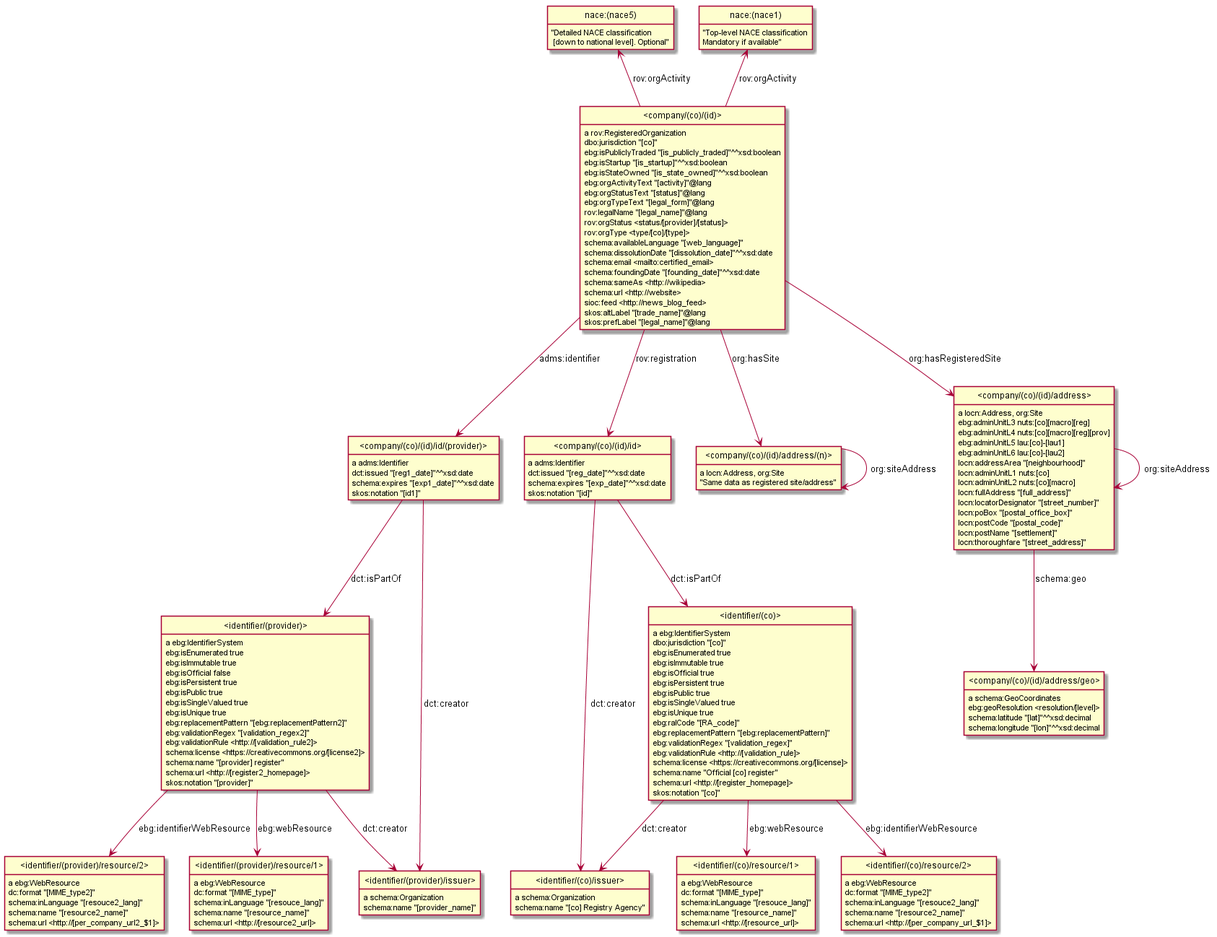
The PlantUML diagram model/images/company.png in euBusinessGraph/eubg-data, before a commit.
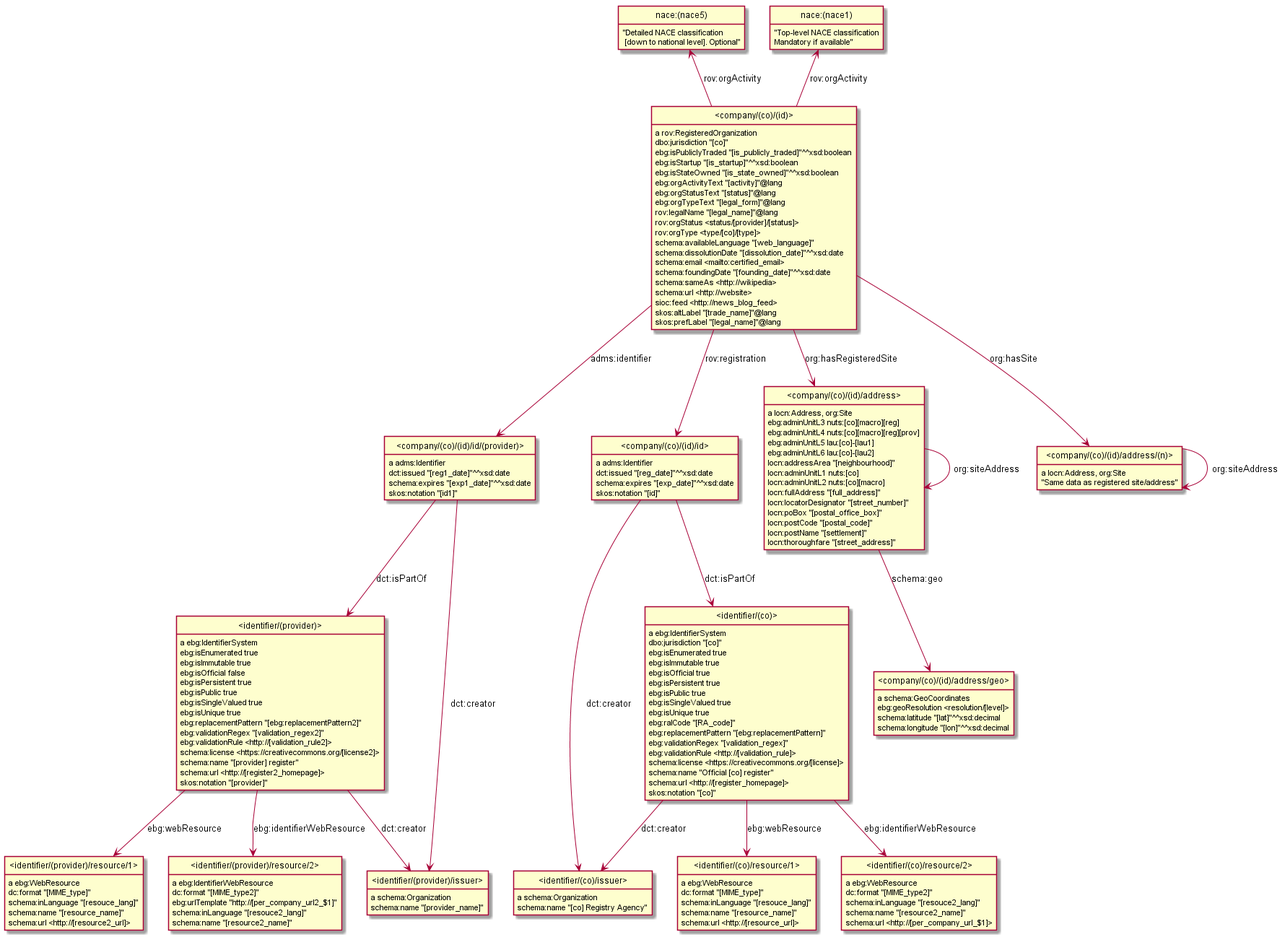
The same diagram one commit later.

Commit message:
ebg:IdentifierSystem and IdentifierWebResource; remove ebg:Register

What changed in the source:
```diff
@@ -3,16 +3,70 @@
 hide empty attributes
 hide circle
 skinparam classAttributeIconSize 0
+class _identifier_provider_ as "<identifier/(provider)>"
+_identifier_provider_ : a ebg:IdentifierSystem
+class _identifier_provider_resource_1_ as "<identifier/(provider)/resource/1>"
+_identifier_provider_ -down-> _identifier_provider_resource_1_ : ebg:webResource
+class _identifier_provider_resource_2_ as "<identifier/(provider)/resource/2>"
+_identifier_provider_ -down-> _identifier_provider_resource_2_ : ebg:identifierWebResource
 class _identifier_provider_issuer_ as "<identifier/(provider)/issuer>"
+_identifier_provider_ -down-> _identifier_provider_issuer_ : dct:creator
+_identifier_provider_ : ebg:isEnumerated true
+_identifier_provider_ : ebg:isImmutable true
+_identifier_provider_ : ebg:isOfficial false
+_identifier_provider_ : ebg:isPersistent true
+_identifier_provider_ : ebg:isPublic true
+_identifier_provider_ : ebg:isSingleValued true
+_identifier_provider_ : ebg:isUnique true
+_identifier_provider_ : ebg:replacementPattern "[ebg:replacementPattern2]"
+_identifier_provider_ : ebg:validationRegex "[validation_regex2]"
+_identifier_provider_ : ebg:validationRule <http://[validation_rule2]>
+_identifier_provider_ : schema:license <https://creativecommons.org/[license2]>
+_identifier_provider_ : schema:name "[provider] register"
+_identifier_provider_ : schema:url <http://[register2_homepage]>
+_identifier_provider_ : skos:notation "[provider]"
+_identifier_provider_resource_2_ : a ebg:IdentifierWebResource
+_identifier_provider_resource_2_ : dc:format "[MIME_type2]"
+_identifier_provider_resource_2_ : ebg:urlTemplate "http://[per_company_url2_$1]"
+_identifier_provider_resource_2_ : schema:inLanguage "[resouce2_lang]"
+_identifier_provider_resource_2_ : schema:name "[resource2_name]"
+class nace_nace1_ as "nace:(nace1)"
+nace_nace1_ :  "Top-level NACE classification\nMandatory if available"
+class _company_co_id_address_geo_ as "<company/(co)/(id)/address/geo>"
+_company_co_id_address_geo_ : a schema:GeoCoordinates
+_company_co_id_address_geo_ : ebg:geoResolution <resolution/[level]>
+_company_co_id_address_geo_ : schema:latitude "[lat]"^^xsd:decimal
+_company_co_id_address_geo_ : schema:longitude "[lon]"^^xsd:decimal
 _identifier_provider_issuer_ : a schema:Organization
 _identifier_provider_issuer_ : schema:name "[provider_name]"
+class _identifier_co_resource_1_ as "<identifier/(co)/resource/1>"
+_identifier_co_resource_1_ : a ebg:WebResource
+_identifier_co_resource_1_ : dc:format "[MIME_type]"
+_identifier_co_resource_1_ : schema:inLanguage "[resouce_lang]"
+_identifier_co_resource_1_ : schema:name "[resource_name]"
+_identifier_co_resource_1_ : schema:url <http://[resource_url]>
+_identifier_provider_resource_1_ : a ebg:WebResource
+_identifier_provider_resource_1_ : dc:format "[MIME_type]"
+_identifier_provider_resource_1_ : schema:inLanguage "[resouce_lang]"
+_identifier_provider_resource_1_ : schema:name "[resource_name]"
+_identifier_provider_resource_1_ : schema:url <http://[resource2_url]>
+class _identifier_co_issuer_ as "<identifier/(co)/issuer>"
+_identifier_co_issuer_ : a schema:Organization
+_identifier_co_issuer_ : schema:name "[co] Registry Agency"
+class nace_nace5_ as "nace:(nace5)"
+nace_nace5_ :  "Detailed NACE classification\n [down to national level]. Optional"
+class _company_co_id_id_provider_ as "<company/(co)/(id)/id/(provider)>"
+_company_co_id_id_provider_ : a adms:Identifier
+_company_co_id_id_provider_ -down-> _identifier_provider_issuer_ : dct:creator
+_company_co_id_id_provider_ -down-> _identifier_provider_ : dct:isPartOf
+_company_co_id_id_provider_ : dct:issued "[reg1_date]"^^xsd:date
+_company_co_id_id_provider_ : schema:expires "[exp1_date]"^^xsd:date
+_company_co_id_id_provider_ : skos:notation "[id1]"
 class _identifier_co_ as "<identifier/(co)>"
 _identifier_co_ : a ebg:IdentifierSystem
-class _identifier_co_issuer_ as "<identifier/(co)/issuer>"
-_identifier_co_ -down-> _identifier_co_issuer_ : dct:creator
 class _identifier_co_resource_2_ as "<identifier/(co)/resource/2>"
 _identifier_co_ -down-> _identifier_co_resource_2_ : ebg:identifierWebResource
-class _identifier_co_resource_1_ as "<identifier/(co)/resource/1>"
+_identifier_co_ -down-> _identifier_co_issuer_ : dct:creator
 _identifier_co_ -down-> _identifier_co_resource_1_ : ebg:webResource
 _identifier_co_ : dbo:jurisdiction "[co]"
 _identifier_co_ : ebg:isEnumerated true
@@ -30,16 +84,6 @@
 _identifier_co_ : schema:name "Official [co] register"
 _identifier_co_ : schema:url <http://[register_homepage]>
 _identifier_co_ : skos:notation "[co]"
-_identifier_co_issuer_ : a schema:Organization
-_identifier_co_issuer_ : schema:name "[co] Registry Agency"
-class _company_co_id_id_provider_ as "<company/(co)/(id)/id/(provider)>"
-_company_co_id_id_provider_ : a adms:Identifier
-class _identifier_provider_ as "<identifier/(provider)>"
-_company_co_id_id_provider_ -down-> _identifier_provider_ : dct:isPartOf
-_company_co_id_id_provider_ -down-> _identifier_provider_issuer_ : dct:creator
-_company_co_id_id_provider_ : dct:issued "[reg1_date]"^^xsd:date
-_company_co_id_id_provider_ : schema:expires "[exp1_date]"^^xsd:date
-_company_co_id_id_provider_ : skos:notation "[id1]"
 class _company_co_id_id_ as "<company/(co)/(id)/id>"
 _company_co_id_id_ : a adms:Identifier
 _company_co_id_id_ -down-> _identifier_co_issuer_ : dct:creator
@@ -47,15 +91,6 @@
 _company_co_id_id_ : dct:issued "[reg_date]"^^xsd:date
 _company_co_id_id_ : schema:expires "[exp_date]"^^xsd:date
 _company_co_id_id_ : skos:notation "[id]"
-class _company_co_id_address_n_ as "<company/(co)/(id)/address/(n)>"
-_company_co_id_address_n_ : a locn:Address, org:Site
-_company_co_id_address_n_ -down-> _company_co_id_address_n_ : org:siteAddress
-_company_co_id_address_n_ :  "Same data as registered site/address"
-class _company_co_id_address_geo_ as "<company/(co)/(id)/address/geo>"
-_company_co_id_address_geo_ : a schema:GeoCoordinates
-_company_co_id_address_geo_ : ebg:geoResolution <resolution/[level]>
-_company_co_id_address_geo_ : schema:latitude "[lat]"^^xsd:decimal
-_company_co_id_address_geo_ : schema:longitude "[lon]"^^xsd:decimal
 class _company_co_id_address_ as "<company/(co)/(id)/address>"
 _company_co_id_address_ : a locn:Address, org:Site
 _company_co_id_address_ -down-> _company_co_id_address_geo_ : schema:geo
@@ -73,33 +108,15 @@
 _company_co_id_address_ : locn:postCode "[postal_code]"
 _company_co_id_address_ : locn:postName "[settlement]"
 _company_co_id_address_ : locn:thoroughfare "[street_address]"
-class _identifier_provider_resource_2_ as "<identifier/(provider)/resource/2>"
-_identifier_provider_resource_2_ : a ebg:WebResource
-_identifier_provider_resource_2_ : dc:format "[MIME_type2]"
-_identifier_provider_resource_2_ : schema:inLanguage "[resouce2_lang]"
-_identifier_provider_resource_2_ : schema:name "[resource2_name]"
-_identifier_provider_resource_2_ : schema:url <http://[per_company_url2_$1]>
-_identifier_co_resource_1_ : a ebg:WebResource
-_identifier_co_resource_1_ : dc:format "[MIME_type]"
-_identifier_co_resource_1_ : schema:inLanguage "[resouce_lang]"
-_identifier_co_resource_1_ : schema:name "[resource_name]"
-_identifier_co_resource_1_ : schema:url <http://[resource_url]>
-_identifier_co_resource_2_ : a ebg:WebResource
-_identifier_co_resource_2_ : dc:format "[MIME_type2]"
-_identifier_co_resource_2_ : schema:inLanguage "[resouce2_lang]"
-_identifier_co_resource_2_ : schema:name "[resource2_name]"
-_identifier_co_resource_2_ : schema:url <http://[per_company_url_$1]>
-class nace_nace1_ as "nace:(nace1)"
-nace_nace1_ :  "Top-level NACE classification\nMandatory if available"
 class _company_co_id_ as "<company/(co)/(id)>"
 _company_co_id_ : a rov:RegisteredOrganization
+_company_co_id_ -up-> nace_nace1_ : rov:orgActivity
+_company_co_id_ -down-> _company_co_id_id_provider_ : adms:identifier
+class _company_co_id_address_n_ as "<company/(co)/(id)/address/(n)>"
 _company_co_id_ -down-> _company_co_id_address_n_ : org:hasSite
-_company_co_id_ -up-> nace_nace1_ : rov:orgActivity
-_company_co_id_ -down-> _company_co_id_address_ : org:hasRegisteredSite
-class nace_nace5_ as "nace:(nace5)"
 _company_co_id_ -up-> nace_nace5_ : rov:orgActivity
 _company_co_id_ -down-> _company_co_id_id_ : rov:registration
-_company_co_id_ -down-> _company_co_id_id_provider_ : adms:identifier
+_company_co_id_ -down-> _company_co_id_address_ : org:hasRegisteredSite
 _company_co_id_ : dbo:jurisdiction "[co]"
 _company_co_id_ : ebg:isPubliclyTraded "[is_publicly_traded]"^^xsd:boolean
 _company_co_id_ : ebg:isStartup "[is_startup]"^^xsd:boolean
@@ -119,29 +136,12 @@
 _company_co_id_ : sioc:feed <http://news_blog_feed>
 _company_co_id_ : skos:altLabel "[trade_name]"@lang
 _company_co_id_ : skos:prefLabel "[legal_name]"@lang
-_identifier_provider_ : a ebg:IdentifierSystem
-_identifier_provider_ -down-> _identifier_provider_issuer_ : dct:creator
-_identifier_provider_ -down-> _identifier_provider_resource_2_ : ebg:identifierWebResource
-class _identifier_provider_resource_1_ as "<identifier/(provider)/resource/1>"
-_identifier_provider_ -down-> _identifier_provider_resource_1_ : ebg:webResource
-_identifier_provider_ : ebg:isEnumerated true
-_identifier_provider_ : ebg:isImmutable true
-_identifier_provider_ : ebg:isOfficial false
-_identifier_provider_ : ebg:isPersistent true
-_identifier_provider_ : ebg:isPublic true
-_identifier_provider_ : ebg:isSingleValued true
-_identifier_provider_ : ebg:isUnique true
-_identifier_provider_ : ebg:replacementPattern "[ebg:replacementPattern2]"
-_identifier_provider_ : ebg:validationRegex "[validation_regex2]"
-_identifier_provider_ : ebg:validationRule <http://[validation_rule2]>
-_identifier_provider_ : schema:license <https://creativecommons.org/[license2]>
-_identifier_provider_ : schema:name "[provider] register"
-_identifier_provider_ : schema:url <http://[register2_homepage]>
-_identifier_provider_ : skos:notation "[provider]"
-_identifier_provider_resource_1_ : a ebg:WebResource
-_identifier_provider_resource_1_ : dc:format "[MIME_type]"
-_identifier_provider_resource_1_ : schema:inLanguage "[resouce_lang]"
-_identifier_provider_resource_1_ : schema:name "[resource_name]"
-_identifier_provider_resource_1_ : schema:url <http://[resource2_url]>
-nace_nace5_ :  "Detailed NACE classification\n [down to national level]. Optional"
+_identifier_co_resource_2_ : a ebg:WebResource
+_identifier_co_resource_2_ : dc:format "[MIME_type2]"
+_identifier_co_resource_2_ : schema:inLanguage "[resouce2_lang]"
+_identifier_co_resource_2_ : schema:name "[resource2_name]"
+_identifier_co_resource_2_ : schema:url <http://[per_company_url_$1]>
+_company_co_id_address_n_ : a locn:Address, org:Site
+_company_co_id_address_n_ -down-> _company_co_id_address_n_ : org:siteAddress
+_company_co_id_address_n_ :  "Same data as registered site/address"
 @enduml
```
